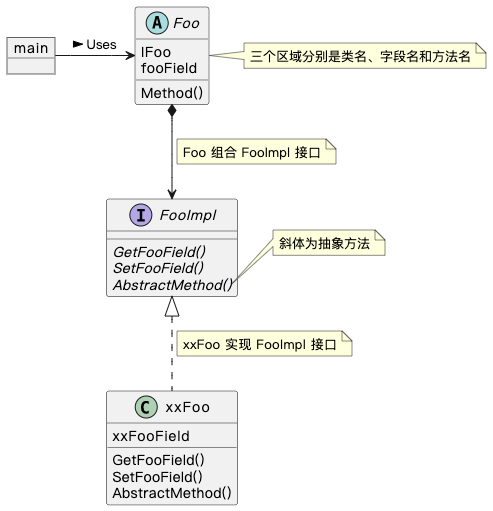
Earlier version of the PlantUML export tutorial/class.png (A11Might/golang-design-pattern). Its source is kept beside it as tutorial/class.puml. Its diagram source:
```plantuml
@startuml

object main
abstract class Foo {
    IFoo
    fooField
    Method()
}
note right: 三个区域分别是类名、字段名和方法名
interface FooImpl {
    {abstract}GetFooField()
	{abstract}SetFooField()
	{abstract}AbstractMethod()
}
note right of FooImpl::AbstractMethod
    斜体为抽象方法
end note
class xxFoo {
    xxFooField
    GetFooField()
	SetFooField()
	AbstractMethod()
}

main -> Foo: Uses >
Foo *--> FooImpl
note on link: Foo 组合 FooImpl 接口
FooImpl <|.. xxFoo
note on link: xxFoo 实现 FooImpl 接口

@enduml
```
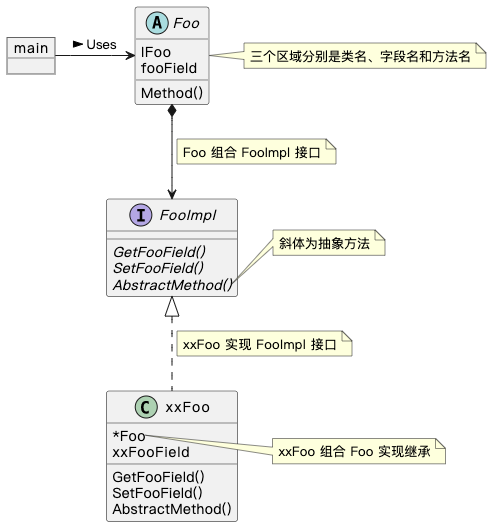
Later version of the same file.

What changed in the source:
```diff
@@ -15,12 +15,17 @@
 note right of FooImpl::AbstractMethod
     斜体为抽象方法
 end note
+skinparam classAttributeIconSize 0
 class xxFoo {
+    *Foo
     xxFooField
     GetFooField()
 	SetFooField()
 	AbstractMethod()
 }
+note right of xxFoo::Foo
+xxFoo 组合 Foo 实现继承
+end note
 
 main -> Foo: Uses >
 Foo *--> FooImpl
```
